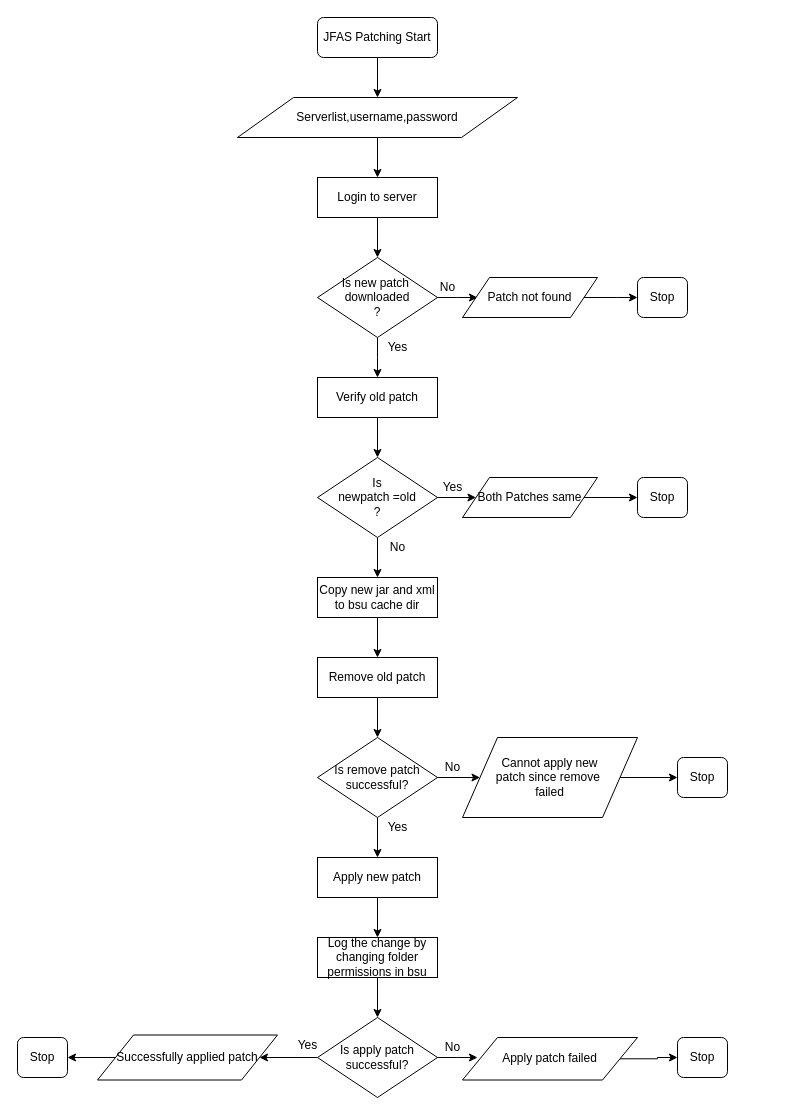
Above: Untitled Diagram.drawio in shobith-chadaga/Angular-GettingStarted (draw.io), before the change. Source tidied: cells renumbered, new cells numbered last; positions are measured from the earlier drawing's top-left corner, leaving out a move shared by most shapes. Both pictures are drawn from the tidied source at 100%, with x=0, y=0 at pixel (17, 17).
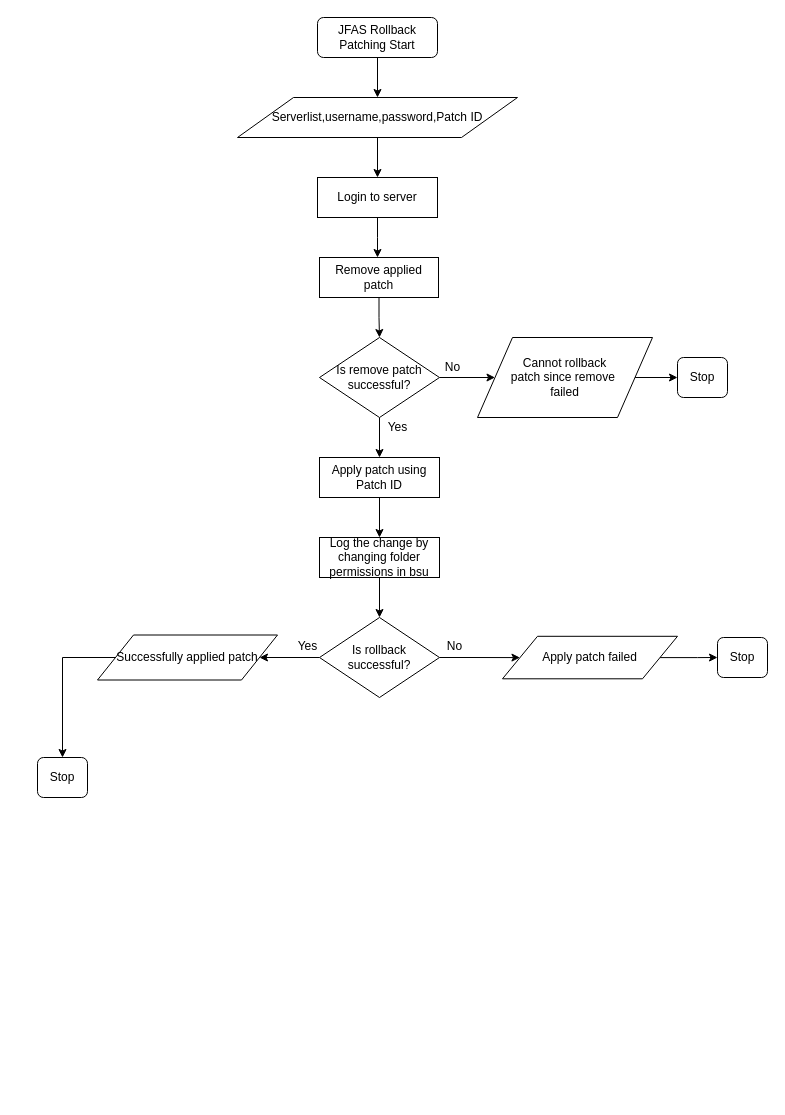
After the change.

The change refers to these unchanged cells:
```xml
<mxCell id="29" value="Login to server" style="rounded=0;whiteSpace=wrap;html=1;" parent="1" vertex="1">
  <mxGeometry x="300" y="160" width="120" height="40" as="geometry" />
</mxCell>
```

What changed in the source:
```diff
@@
-    <mxCell id="3" value="JFAS Patching Start" style="rounded=1;whiteSpace=wrap;html=1;" parent="1" vertex="1">
+    <mxCell id="3" value="JFAS Rollback Patching Start" style="rounded=1;whiteSpace=wrap;html=1;" parent="1" vertex="1">
       <mxGeometry x="300" width="120" height="40" as="geometry" />
     </mxCell>
@@
-    <mxCell id="5" value="Serverlist,username,password" style="shape=parallelogram;perimeter=parallelogramPerimeter;whiteSpace=wrap;html=1;" parent="1" vertex="1">
+    <mxCell id="5" value="Serverlist,username,password,Patch ID" style="shape=parallelogram;perimeter=parallelogramPerimeter;whiteSpace=wrap;html=1;" parent="1" vertex="1">
       <mxGeometry x="220" y="80" width="280" height="40" as="geometry" />
     </mxCell>
-    <mxCell id="6" value="Stop" style="rounded=1;whiteSpace=wrap;html=1;" parent="1" vertex="1">
-      <mxGeometry x="620" y="260" width="50" height="40" as="geometry" />
-    </mxCell>
-    <mxCell id="7" style="edgeStyle=orthogonalEdgeStyle;rounded=0;jettySize=auto;html=1;" parent="1" edge="1" source="9">
-      <mxGeometry relative="1" as="geometry">
-        <mxPoint x="360" y="360" as="targetPoint" />
-      </mxGeometry>
-    </mxCell>
-    <mxCell id="8" style="edgeStyle=orthogonalEdgeStyle;rounded=0;jettySize=auto;html=1;" parent="1" edge="1" source="9">
-      <mxGeometry relative="1" as="geometry">
-        <mxPoint x="460" y="280" as="targetPoint" />
-      </mxGeometry>
-    </mxCell>
-    <mxCell id="9" value="Is new patch&amp;nbsp;&lt;br&gt;downloaded&lt;br&gt;?" style="rhombus;whiteSpace=wrap;html=1;" parent="1" vertex="1">
-      <mxGeometry x="300" y="240" width="120" height="80" as="geometry" />
-    </mxCell>
-    <mxCell id="10" value="No" style="text;html=1;align=center;verticalAlign=middle;" parent="1" vertex="1">
-      <mxGeometry x="415" y="260" width="30" height="20" as="geometry" />
-    </mxCell>
-    <mxCell id="11" value="Yes" style="text;html=1;align=center;verticalAlign=middle;" parent="1" vertex="1">
-      <mxGeometry x="360" y="320" width="40" height="20" as="geometry" />
-    </mxCell>
-    <mxCell id="12" style="edgeStyle=orthogonalEdgeStyle;rounded=0;jettySize=auto;html=1;" parent="1" edge="1" source="13">
-      <mxGeometry relative="1" as="geometry">
-        <mxPoint x="620" y="280" as="targetPoint" />
-      </mxGeometry>
-    </mxCell>
-    <mxCell id="13" value="Patch not found" style="shape=parallelogram;perimeter=parallelogramPerimeter;whiteSpace=wrap;html=1;" parent="1" vertex="1">
-      <mxGeometry x="445" y="260" width="135" height="40" as="geometry" />
-    </mxCell>
-    <mxCell id="14" style="edgeStyle=orthogonalEdgeStyle;rounded=0;jettySize=auto;html=1;" parent="1" edge="1" source="15" target="18">
-      <mxGeometry relative="1" as="geometry" />
-    </mxCell>
-    <mxCell id="15" value="Verify old patch" style="rounded=0;whiteSpace=wrap;html=1;" parent="1" vertex="1">
-      <mxGeometry x="300" y="360" width="120" height="40" as="geometry" />
-    </mxCell>
-    <mxCell id="16" style="edgeStyle=orthogonalEdgeStyle;rounded=0;jettySize=auto;html=1;" parent="1" edge="1" source="18" target="20">
-      <mxGeometry relative="1" as="geometry" />
-    </mxCell>
-    <mxCell id="17" style="edgeStyle=orthogonalEdgeStyle;rounded=0;jettySize=auto;html=1;" parent="1" edge="1" source="18" target="24">
-      <mxGeometry relative="1" as="geometry" />
-    </mxCell>
-    <mxCell id="18" value="Is&lt;br&gt;newpatch =old&lt;br&gt;?" style="rhombus;whiteSpace=wrap;html=1;" parent="1" vertex="1">
-      <mxGeometry x="300" y="440" width="120" height="80" as="geometry" />
-    </mxCell>
-    <mxCell id="19" style="edgeStyle=orthogonalEdgeStyle;rounded=0;jettySize=auto;html=1;" parent="1" edge="1" source="20" target="21">
-      <mxGeometry relative="1" as="geometry" />
-    </mxCell>
-    <mxCell id="20" value="Both Patches same" style="shape=parallelogram;perimeter=parallelogramPerimeter;whiteSpace=wrap;html=1;" parent="1" vertex="1">
-      <mxGeometry x="445" y="460" width="135" height="40" as="geometry" />
-    </mxCell>
-    <mxCell id="21" value="Stop" style="rounded=1;whiteSpace=wrap;html=1;" parent="1" vertex="1">
-      <mxGeometry x="620" y="460" width="50" height="40" as="geometry" />
-    </mxCell>
-    <mxCell id="22" value="Yes" style="text;html=1;align=center;verticalAlign=middle;" parent="1" vertex="1">
-      <mxGeometry x="415" y="460" width="40" height="20" as="geometry" />
-    </mxCell>
-    <mxCell id="23" style="edgeStyle=orthogonalEdgeStyle;rounded=0;jettySize=auto;html=1;" parent="1" edge="1" source="24" target="27">
-      <mxGeometry relative="1" as="geometry" />
-    </mxCell>
-    <mxCell id="24" value="Copy new jar and xml to bsu cache dir" style="rounded=0;whiteSpace=wrap;html=1;" parent="1" vertex="1">
-      <mxGeometry x="300" y="560" width="120" height="40" as="geometry" />
-    </mxCell>
-    <mxCell id="25" value="No" style="text;html=1;align=center;verticalAlign=middle;" parent="1" vertex="1">
-      <mxGeometry x="365" y="520" width="30" height="20" as="geometry" />
-    </mxCell>
@@
-    <mxCell id="27" value="Remove old patch" style="rounded=0;whiteSpace=wrap;html=1;" parent="1" vertex="1">
-      <mxGeometry x="300" y="640" width="120" height="40" as="geometry" />
+    <mxCell id="27" value="Remove applied patch" style="rounded=0;whiteSpace=wrap;html=1;" parent="1" vertex="1">
+      <mxGeometry x="302" y="240" width="119" height="40" as="geometry" />
     </mxCell>
-    <mxCell id="28" style="edgeStyle=orthogonalEdgeStyle;rounded=0;jettySize=auto;html=1;" parent="1" edge="1" source="29" target="9">
-      <mxGeometry relative="1" as="geometry" />
+    <mxCell id="28" style="edgeStyle=orthogonalEdgeStyle;rounded=0;jettySize=auto;html=1;" parent="1" edge="1" source="29">
+      <mxGeometry relative="1" as="geometry">
+        <mxPoint x="360" y="240" as="targetPoint" />
+      </mxGeometry>
     </mxCell>
@@
-    <mxCell id="31" style="edgeStyle=orthogonalEdgeStyle;rounded=0;jettySize=auto;html=1;" parent="1" edge="1" source="32" target="39">
-      <mxGeometry relative="1" as="geometry" />
-    </mxCell>
-    <mxCell id="32" value="Is remove patch&lt;br&gt;successful?" style="rhombus;whiteSpace=wrap;html=1;" parent="1" vertex="1">
-      <mxGeometry x="300" y="720" width="120" height="80" as="geometry" />
-    </mxCell>
@@
-    <mxCell id="34" value="Cannot apply new&lt;br&gt;patch since remove&amp;nbsp;&lt;br&gt;failed" style="shape=parallelogram;perimeter=parallelogramPerimeter;whiteSpace=wrap;html=1;" parent="1" vertex="1">
-      <mxGeometry x="445" y="720" width="175" height="80" as="geometry" />
+    <mxCell id="34" value="Cannot rollback&lt;br&gt;patch since remove&amp;nbsp;&lt;br&gt;failed" style="shape=parallelogram;perimeter=parallelogramPerimeter;whiteSpace=wrap;html=1;" parent="1" vertex="1">
+      <mxGeometry x="460" y="320" width="175" height="80" as="geometry" />
     </mxCell>
     <mxCell id="35" value="Stop" style="rounded=1;whiteSpace=wrap;html=1;" parent="1" vertex="1">
-      <mxGeometry x="660" y="740" width="50" height="40" as="geometry" />
+      <mxGeometry x="660" y="340" width="50" height="40" as="geometry" />
     </mxCell>
-    <mxCell id="36" value="No" style="text;html=1;align=center;verticalAlign=middle;" parent="1" vertex="1">
-      <mxGeometry x="420" y="740" width="30" height="20" as="geometry" />
-    </mxCell>
-    <mxCell id="37" value="Yes" style="text;html=1;align=center;verticalAlign=middle;" parent="1" vertex="1">
-      <mxGeometry x="360" y="800" width="40" height="20" as="geometry" />
-    </mxCell>
@@
-    <mxCell id="39" value="Apply new patch" style="rounded=0;whiteSpace=wrap;html=1;" parent="1" vertex="1">
-      <mxGeometry x="300" y="840" width="120" height="40" as="geometry" />
+    <mxCell id="39" value="Apply patch using Patch ID" style="rounded=0;whiteSpace=wrap;html=1;" parent="1" vertex="1">
+      <mxGeometry x="302" y="440" width="120" height="40" as="geometry" />
     </mxCell>
@@
     <mxCell id="41" value="Log the change by changing folder permissions in bsu" style="rounded=0;whiteSpace=wrap;html=1;" parent="1" vertex="1">
-      <mxGeometry x="300" y="920" width="120" height="40" as="geometry" />
+      <mxGeometry x="302" y="520" width="120" height="40" as="geometry" />
     </mxCell>
@@
-    <mxCell id="43" style="edgeStyle=orthogonalEdgeStyle;rounded=0;jettySize=auto;html=1;" parent="1" edge="1" source="44">
-      <mxGeometry relative="1" as="geometry">
-        <mxPoint x="460" y="1040" as="targetPoint" />
-      </mxGeometry>
-    </mxCell>
+    <mxCell id="53" style="edgeStyle=orthogonalEdgeStyle;rounded=0;jettySize=auto;html=1;" parent="1" edge="1" source="44" target="51">
+      <mxGeometry relative="1" as="geometry" />
+    </mxCell>
-    <mxCell id="44" value="Is apply patch&lt;br&gt;successful?" style="rhombus;whiteSpace=wrap;html=1;" parent="1" vertex="1">
-      <mxGeometry x="300" y="1000" width="120" height="80" as="geometry" />
+    <mxCell id="44" value="Is rollback&lt;br&gt;successful?" style="rhombus;whiteSpace=wrap;html=1;" parent="1" vertex="1">
+      <mxGeometry x="302" y="600" width="120" height="80" as="geometry" />
     </mxCell>
@@
     <mxCell id="46" value="Successfully applied patch" style="shape=parallelogram;perimeter=parallelogramPerimeter;whiteSpace=wrap;html=1;" parent="1" vertex="1">
-      <mxGeometry x="80" y="1017.5" width="180" height="45" as="geometry" />
+      <mxGeometry x="80" y="617.5" width="180" height="45" as="geometry" />
     </mxCell>
     <mxCell id="47" value="Yes" style="text;html=1;align=center;verticalAlign=middle;" parent="1" vertex="1">
-      <mxGeometry x="270" y="1017.5" width="40" height="20" as="geometry" />
+      <mxGeometry x="270" y="618.8" width="40" height="20" as="geometry" />
     </mxCell>
     <mxCell id="48" value="Stop" style="rounded=1;whiteSpace=wrap;html=1;" parent="1" vertex="1">
-      <mxGeometry y="1020" width="50" height="40" as="geometry" />
+      <mxGeometry x="20" y="740" width="50" height="40" as="geometry" />
     </mxCell>
     <mxCell id="49" value="No" style="text;html=1;align=center;verticalAlign=middle;" parent="1" vertex="1">
-      <mxGeometry x="420" y="1020" width="30" height="20" as="geometry" />
+      <mxGeometry x="422" y="618.8" width="30" height="20" as="geometry" />
     </mxCell>
@@
     <mxCell id="51" value="Apply patch failed" style="shape=parallelogram;perimeter=parallelogramPerimeter;whiteSpace=wrap;html=1;" parent="1" vertex="1">
-      <mxGeometry x="445" y="1020" width="175" height="42.5" as="geometry" />
+      <mxGeometry x="485" y="618.8" width="175" height="42.5" as="geometry" />
     </mxCell>
     <mxCell id="52" value="Stop" style="rounded=1;whiteSpace=wrap;html=1;" parent="1" vertex="1">
-      <mxGeometry x="660" y="1020" width="50" height="40" as="geometry" />
+      <mxGeometry x="700" y="620" width="50" height="40" as="geometry" />
     </mxCell>
+    <mxCell id="31" style="edgeStyle=orthogonalEdgeStyle;rounded=0;jettySize=auto;html=1;" parent="1" edge="1" source="32" target="39">
+      <mxGeometry relative="1" as="geometry" />
+    </mxCell>
+    <mxCell id="32" value="Is remove patch&lt;br&gt;successful?" style="rhombus;whiteSpace=wrap;html=1;" parent="1" vertex="1">
+      <mxGeometry x="302" y="320" width="120" height="80" as="geometry" />
+    </mxCell>
+    <mxCell id="54" value="No" style="text;html=1;align=center;verticalAlign=middle;" parent="1" vertex="1">
+      <mxGeometry x="420" y="340" width="30" height="20" as="geometry" />
+    </mxCell>
+    <mxCell id="55" value="Yes" style="text;html=1;align=center;verticalAlign=middle;" parent="1" vertex="1">
+      <mxGeometry x="360" y="400" width="40" height="20" as="geometry" />
+    </mxCell>
```
